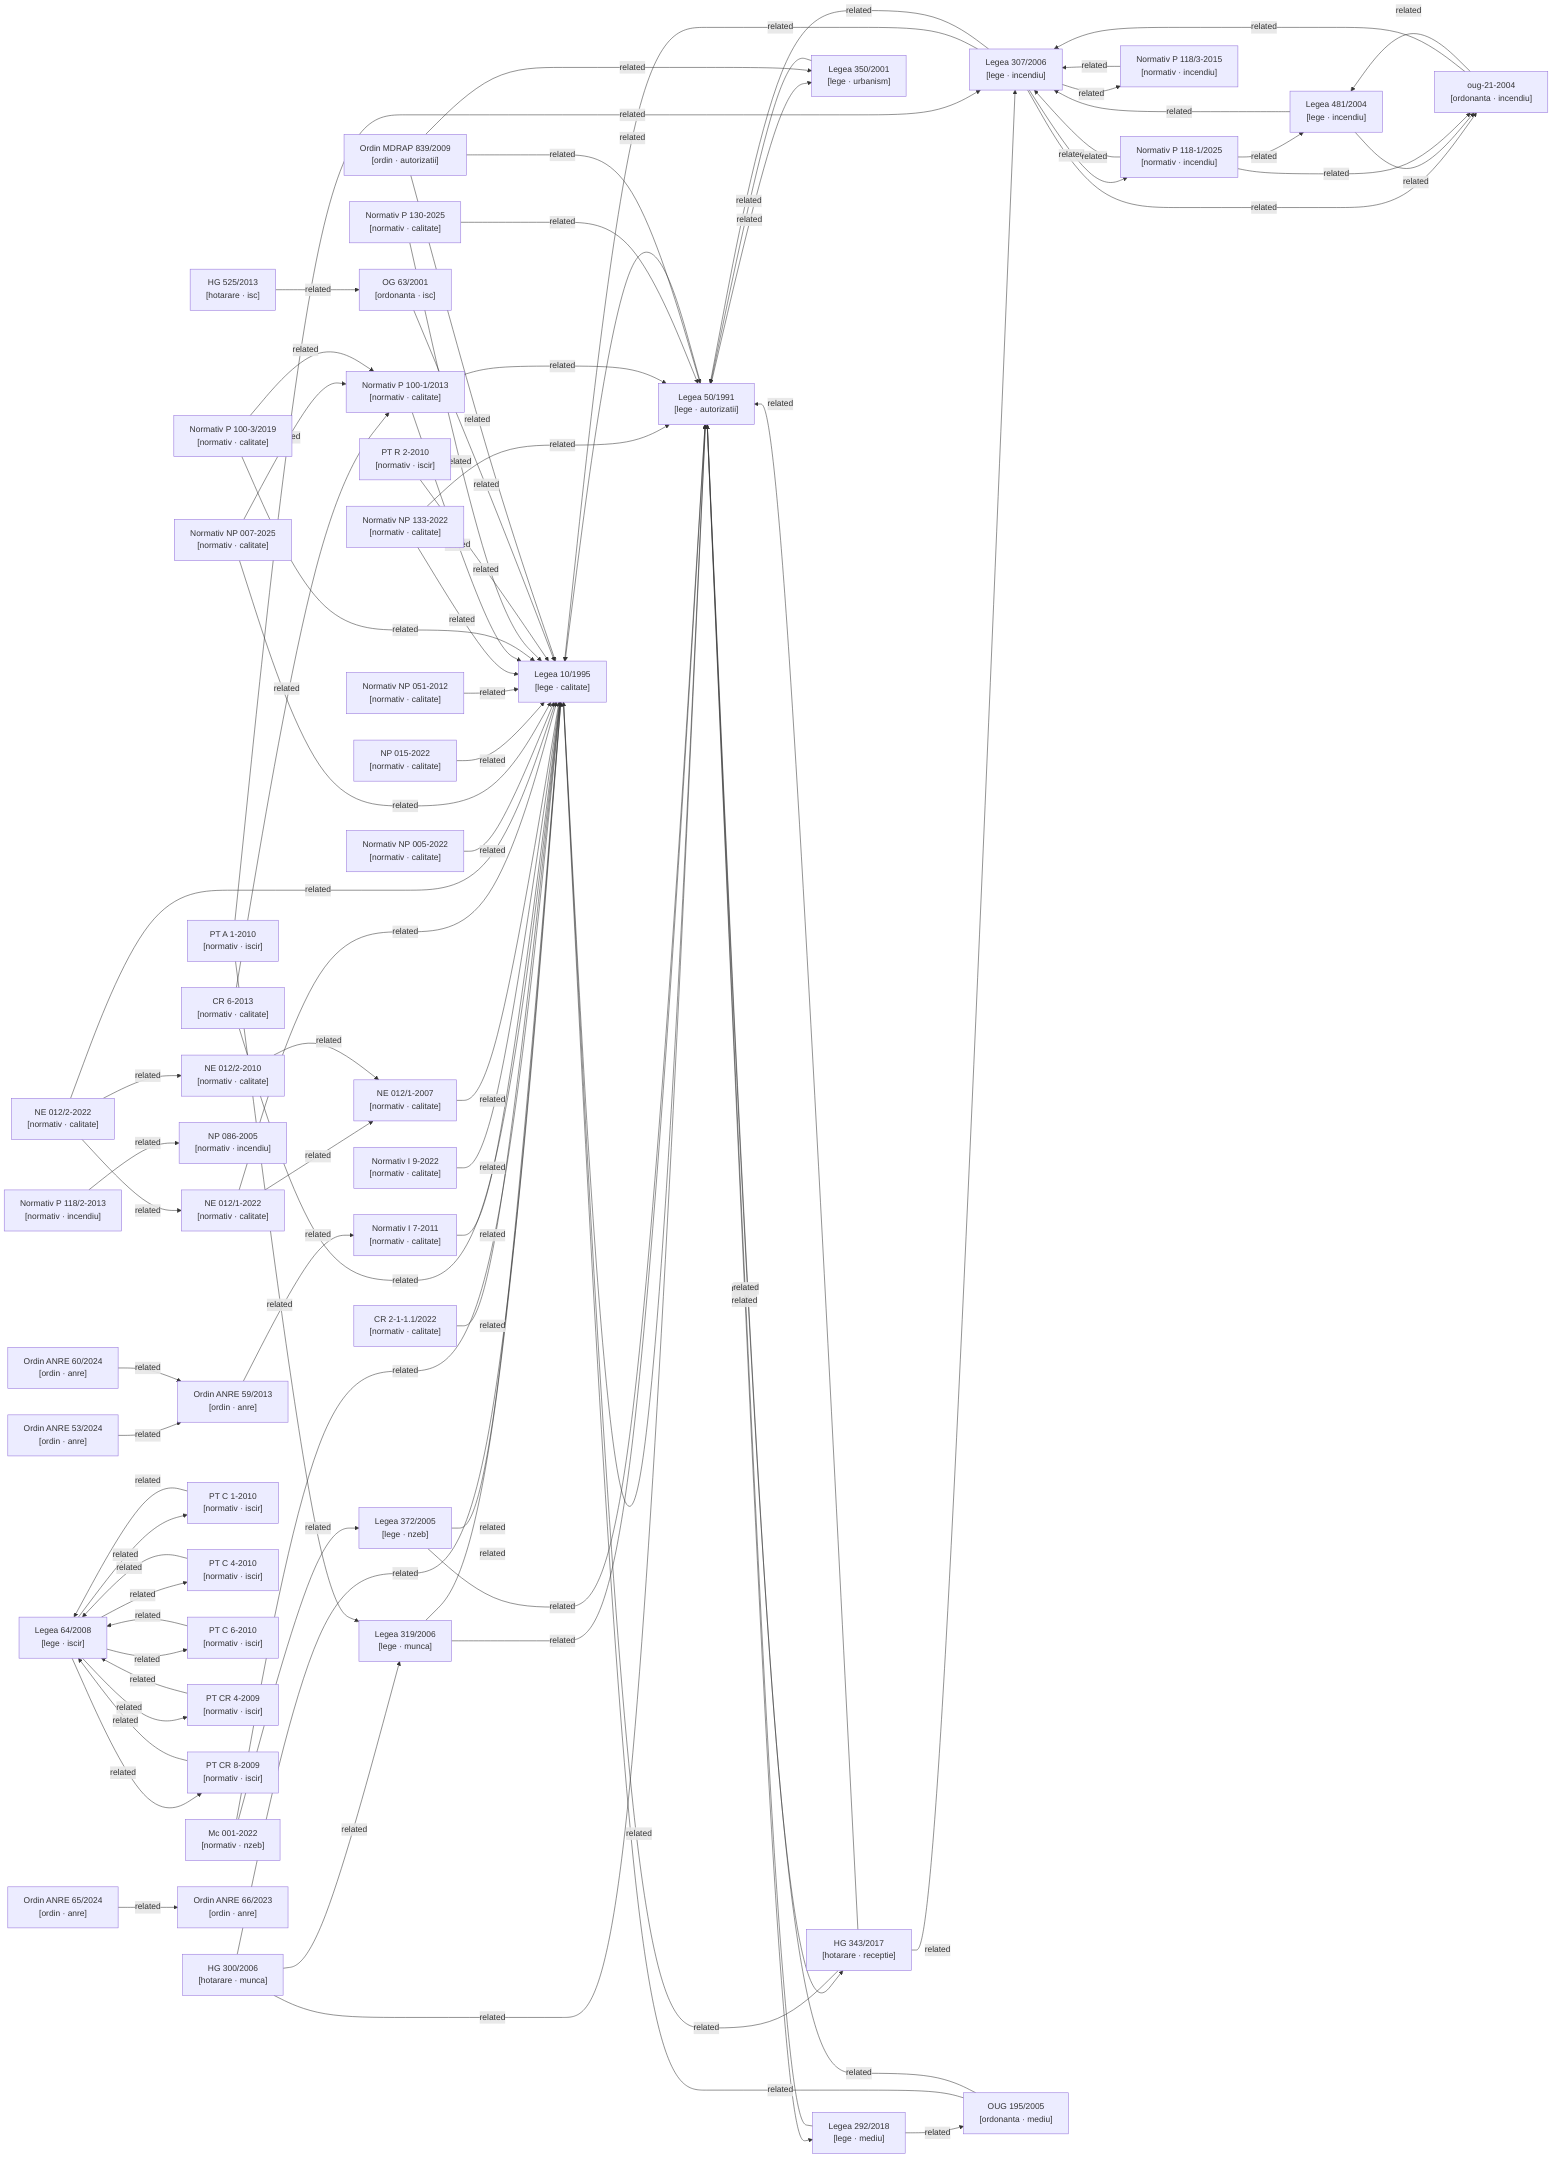
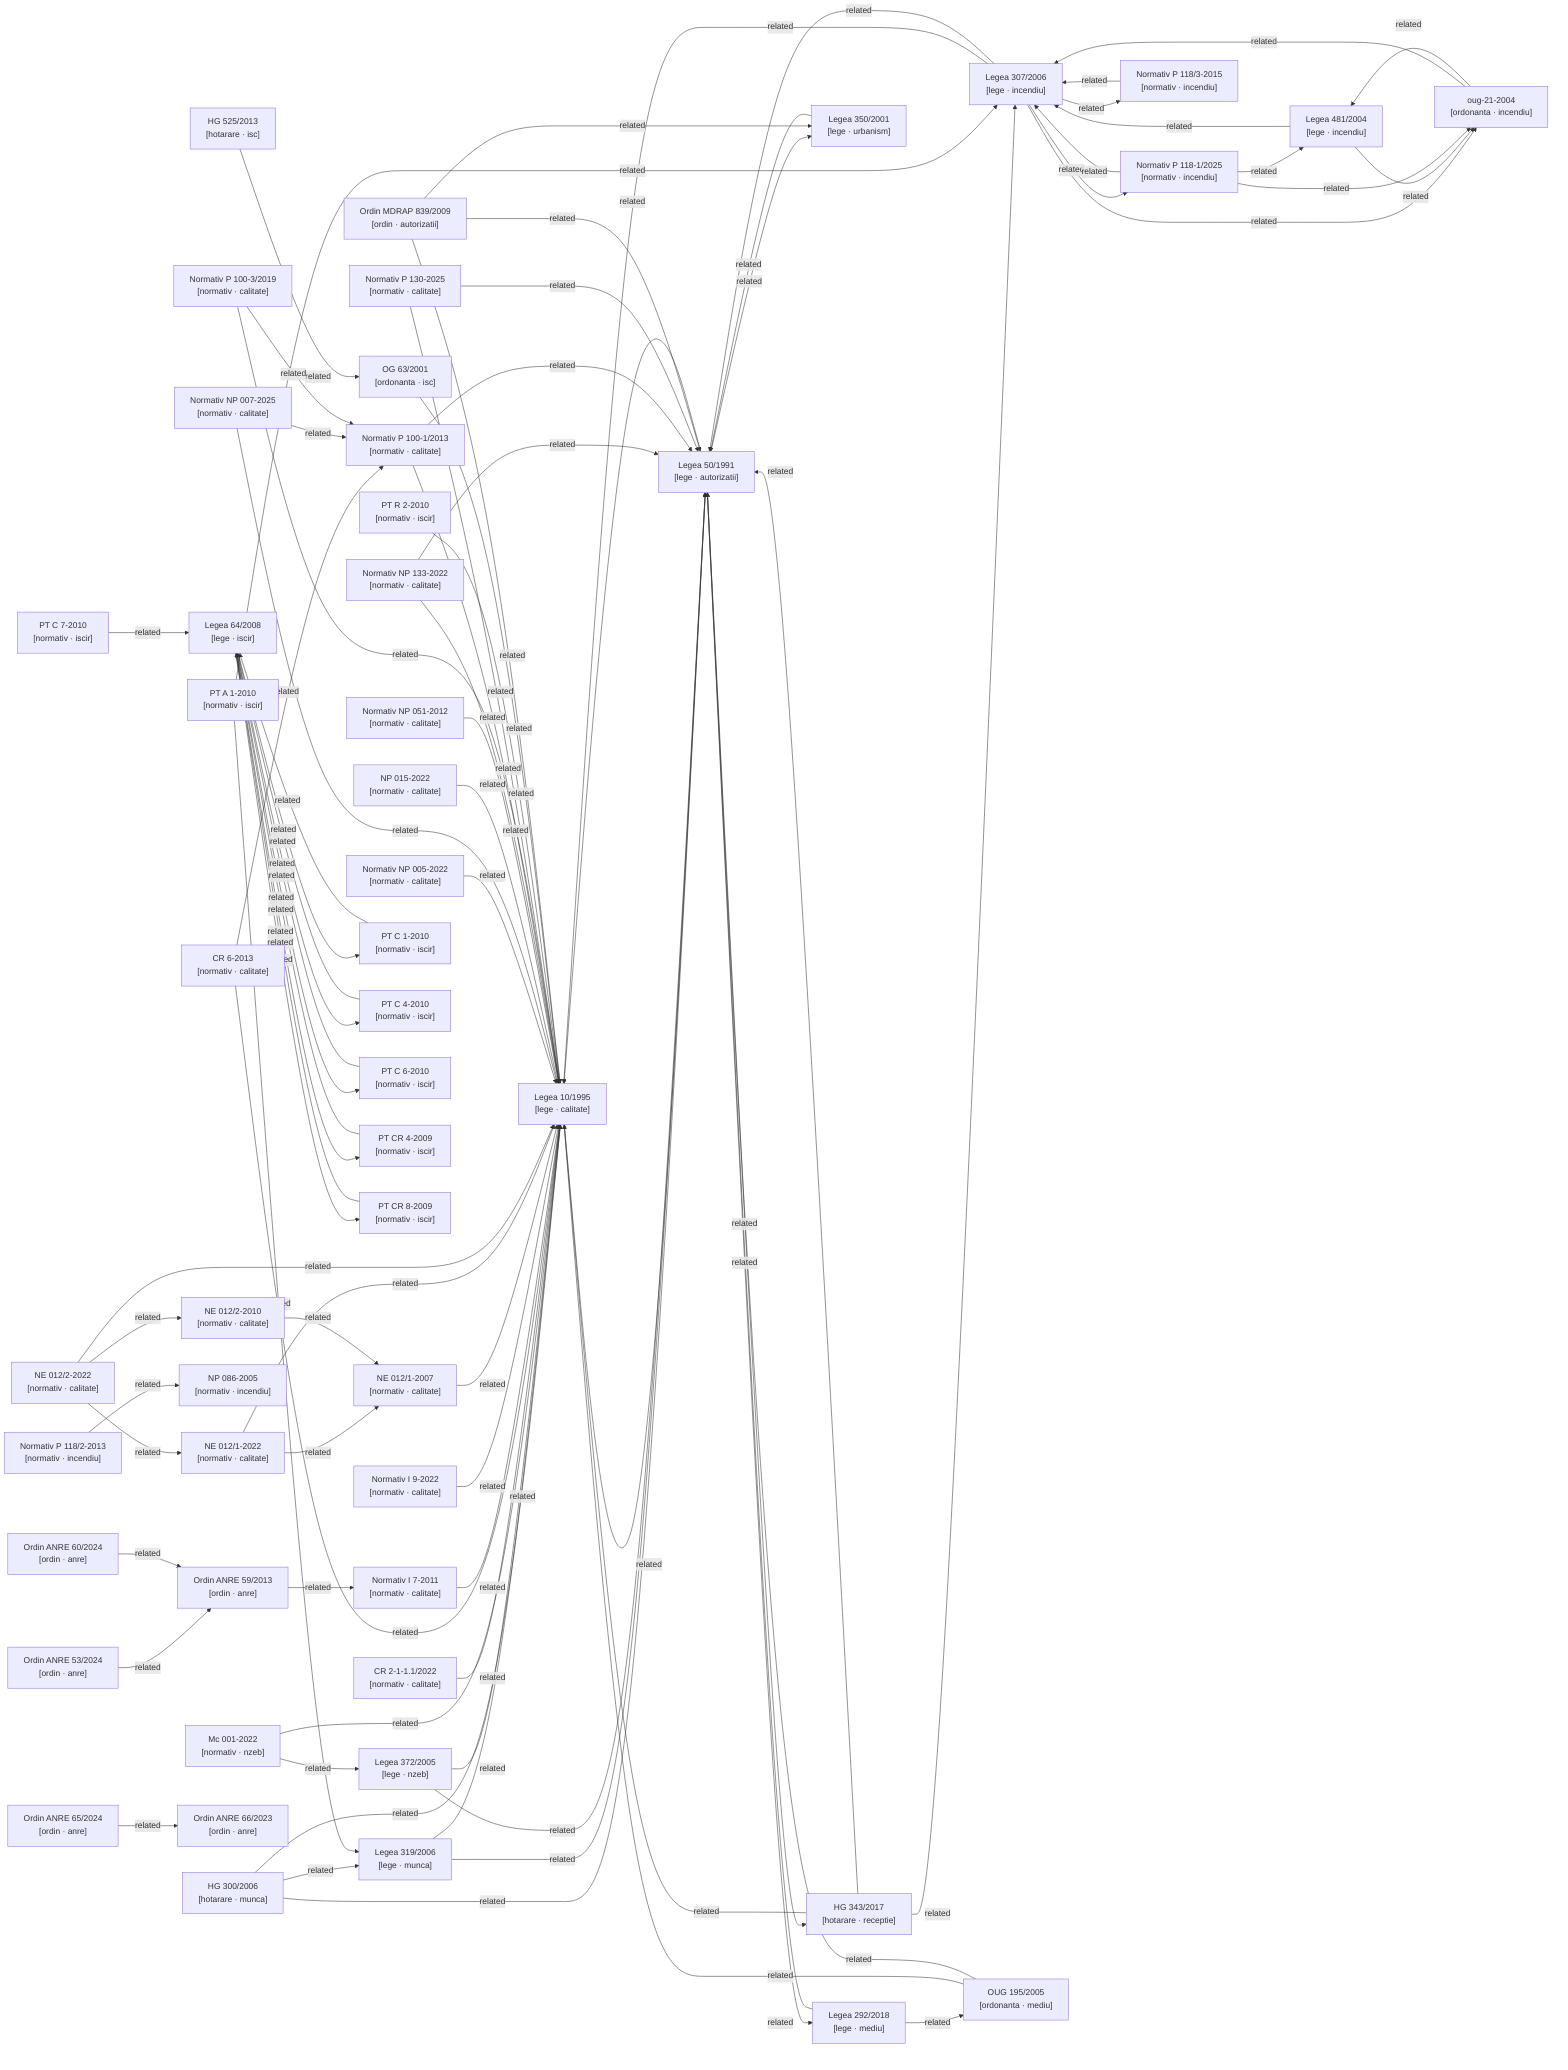
graph LR

  %% Nodes
  hg-300-2006["HG 300/2006\n[hotarare · munca]"]
  hg-343-2017["HG 343/2017\n[hotarare · receptie]"]
  hg-525-2013["HG 525/2013\n[hotarare · isc]"]
  lege-10-1995["Legea 10/1995\n[lege · calitate]"]
  lege-292-2018["Legea 292/2018\n[lege · mediu]"]
  lege-307-2006["Legea 307/2006\n[lege · incendiu]"]
  lege-319-2006["Legea 319/2006\n[lege · munca]"]
  lege-350-2001["Legea 350/2001\n[lege · urbanism]"]
  lege-372-2005["Legea 372/2005\n[lege · nzeb]"]
  lege-481-2004["Legea 481/2004\n[lege · incendiu]"]
  lege-50-1991["Legea 50/1991\n[lege · autorizatii]"]
  lege-64-2008["Legea 64/2008\n[lege · iscir]"]
  metodologie-mc001-2022["Mc 001-2022\n[normativ · nzeb]"]
  normativ-cr2-1-1-1-2022["CR 2-1-1.1/2022\n[normativ · calitate]"]
  normativ-cr6-2013["CR 6-2013\n[normativ · calitate]"]
  normativ-i7-2011["Normativ I 7-2011\n[normativ · calitate]"]
  normativ-i9-2022["Normativ I 9-2022\n[normativ · calitate]"]
  normativ-ne012-1-2007["NE 012/1-2007\n[normativ · calitate]"]
  normativ-ne012-1-2022["NE 012/1-2022\n[normativ · calitate]"]
  normativ-ne012-2-2010["NE 012/2-2010\n[normativ · calitate]"]
  normativ-ne012-2-2022["NE 012/2-2022\n[normativ · calitate]"]
  normativ-np005-2022["Normativ NP 005-2022\n[normativ · calitate]"]
  normativ-np007-2025["Normativ NP 007-2025\n[normativ · calitate]"]
  normativ-np015-2022["NP 015-2022\n[normativ · calitate]"]
  normativ-np051-2012["Normativ NP 051-2012\n[normativ · calitate]"]
  normativ-np086-2005["NP 086-2005\n[normativ · incendiu]"]
  normativ-np133-2022["Normativ NP 133-2022\n[normativ · calitate]"]
  normativ-p100-1-2013["Normativ P 100-1/2013\n[normativ · calitate]"]
  normativ-p100-3-2019["Normativ P 100-3/2019\n[normativ · calitate]"]
  normativ-p118-1-2025["Normativ P 118-1/2025\n[normativ · incendiu]"]
  normativ-p118-2-2013["Normativ P 118/2-2013\n[normativ · incendiu]"]
  normativ-p118-3-2015["Normativ P 118/3-2015\n[normativ · incendiu]"]
  normativ-p130-2025["Normativ P 130-2025\n[normativ · calitate]"]
  normativ-pt-a1-2010["PT A 1-2010\n[normativ · iscir]"]
  normativ-pt-c1-2010["PT C 1-2010\n[normativ · iscir]"]
  normativ-pt-c4-2010["PT C 4-2010\n[normativ · iscir]"]
  normativ-pt-c6-2010["PT C 6-2010\n[normativ · iscir]"]
+   normativ-pt-c7-2010["PT C 7-2010\n[normativ · iscir]"]
  normativ-pt-cr4-2009["PT CR 4-2009\n[normativ · iscir]"]
  normativ-pt-cr8-2009["PT CR 8-2009\n[normativ · iscir]"]
  normativ-pt-r2-2010["PT R 2-2010\n[normativ · iscir]"]
  og-63-2001["OG 63/2001\n[ordonanta · isc]"]
  ordin-839-2009["Ordin MDRAP 839/2009\n[ordin · autorizatii]"]
  ordin-anre-53-2024["Ordin ANRE 53/2024\n[ordin · anre]"]
  ordin-anre-59-2013["Ordin ANRE 59/2013\n[ordin · anre]"]
  ordin-anre-60-2024["Ordin ANRE 60/2024\n[ordin · anre]"]
  ordin-anre-65-2024["Ordin ANRE 65/2024\n[ordin · anre]"]
  ordin-anre-66-2023["Ordin ANRE 66/2023\n[ordin · anre]"]
  oug-195-2005["OUG 195/2005\n[ordonanta · mediu]"]
  oug-21-2004["oug-21-2004\n[ordonanta · incendiu]"]

  %% Confirmed relationships (from metadata related_acts)
  hg-300-2006 -->|related| lege-10-1995
  hg-300-2006 -->|related| lege-319-2006
  hg-300-2006 -->|related| lege-50-1991
  hg-343-2017 -->|related| lege-10-1995
  hg-343-2017 -->|related| lege-307-2006
  hg-343-2017 -->|related| lege-50-1991
  hg-525-2013 -->|related| og-63-2001
  lege-10-1995 -->|related| lege-50-1991
  lege-292-2018 -->|related| lege-50-1991
  lege-292-2018 -->|related| oug-195-2005
  lege-307-2006 -->|related| lege-10-1995
  lege-307-2006 -->|related| lege-50-1991
  lege-307-2006 -->|related| normativ-p118-1-2025
  lege-307-2006 -->|related| normativ-p118-3-2015
  lege-307-2006 -->|related| oug-21-2004
  lege-319-2006 -->|related| lege-10-1995
  lege-319-2006 -->|related| lege-50-1991
  lege-350-2001 -->|related| lege-50-1991
  lege-372-2005 -->|related| lege-10-1995
  lege-372-2005 -->|related| lege-50-1991
  lege-481-2004 -->|related| lege-307-2006
  lege-481-2004 -->|related| oug-21-2004
  lege-50-1991 -->|related| hg-343-2017
  lege-50-1991 -->|related| lege-10-1995
  lege-50-1991 -->|related| lege-292-2018
  lege-50-1991 -->|related| lege-350-2001
  lege-64-2008 -->|related| normativ-pt-c1-2010
  lege-64-2008 -->|related| normativ-pt-c4-2010
  lege-64-2008 -->|related| normativ-pt-c6-2010
  lege-64-2008 -->|related| normativ-pt-cr4-2009
  lege-64-2008 -->|related| normativ-pt-cr8-2009
  metodologie-mc001-2022 -->|related| lege-10-1995
  metodologie-mc001-2022 -->|related| lege-372-2005
  normativ-cr2-1-1-1-2022 -->|related| lege-10-1995
  normativ-cr6-2013 -->|related| lege-10-1995
  normativ-cr6-2013 -->|related| normativ-p100-1-2013
  normativ-i7-2011 -->|related| lege-10-1995
  normativ-i9-2022 -->|related| lege-10-1995
  normativ-ne012-1-2007 -->|related| lege-10-1995
  normativ-ne012-1-2022 -->|related| lege-10-1995
  normativ-ne012-1-2022 -->|related| normativ-ne012-1-2007
  normativ-ne012-2-2010 -->|related| normativ-ne012-1-2007
  normativ-ne012-2-2022 -->|related| lege-10-1995
  normativ-ne012-2-2022 -->|related| normativ-ne012-1-2022
  normativ-ne012-2-2022 -->|related| normativ-ne012-2-2010
  normativ-np005-2022 -->|related| lege-10-1995
  normativ-np007-2025 -->|related| lege-10-1995
  normativ-np007-2025 -->|related| normativ-p100-1-2013
  normativ-np015-2022 -->|related| lege-10-1995
  normativ-np051-2012 -->|related| lege-10-1995
  normativ-np133-2022 -->|related| lege-10-1995
  normativ-np133-2022 -->|related| lege-50-1991
  normativ-p100-1-2013 -->|related| lege-10-1995
  normativ-p100-1-2013 -->|related| lege-50-1991
  normativ-p100-3-2019 -->|related| lege-10-1995
  normativ-p100-3-2019 -->|related| normativ-p100-1-2013
  normativ-p118-1-2025 -->|related| lege-307-2006
  normativ-p118-1-2025 -->|related| lege-481-2004
  normativ-p118-1-2025 -->|related| oug-21-2004
  normativ-p118-2-2013 -->|related| normativ-np086-2005
  normativ-p118-3-2015 -->|related| lege-307-2006
  normativ-p130-2025 -->|related| lege-10-1995
  normativ-p130-2025 -->|related| lege-50-1991
  normativ-pt-a1-2010 -->|related| lege-307-2006
  normativ-pt-a1-2010 -->|related| lege-319-2006
  normativ-pt-c1-2010 -->|related| lege-64-2008
  normativ-pt-c4-2010 -->|related| lege-64-2008
  normativ-pt-c6-2010 -->|related| lege-64-2008
+   normativ-pt-c7-2010 -->|related| lege-64-2008
  normativ-pt-cr4-2009 -->|related| lege-64-2008
  normativ-pt-cr8-2009 -->|related| lege-64-2008
  normativ-pt-r2-2010 -->|related| lege-10-1995
  og-63-2001 -->|related| lege-10-1995
  ordin-839-2009 -->|related| lege-10-1995
  ordin-839-2009 -->|related| lege-350-2001
  ordin-839-2009 -->|related| lege-50-1991
  ordin-anre-53-2024 -->|related| ordin-anre-59-2013
  ordin-anre-59-2013 -->|related| normativ-i7-2011
  ordin-anre-60-2024 -->|related| ordin-anre-59-2013
  ordin-anre-65-2024 -->|related| ordin-anre-66-2023
  oug-195-2005 -->|related| lege-10-1995
  oug-195-2005 -->|related| lege-50-1991
  oug-21-2004 -->|related| lege-307-2006
  oug-21-2004 -->|related| lege-481-2004

  %% Auto-detected relationships (needs_review)
